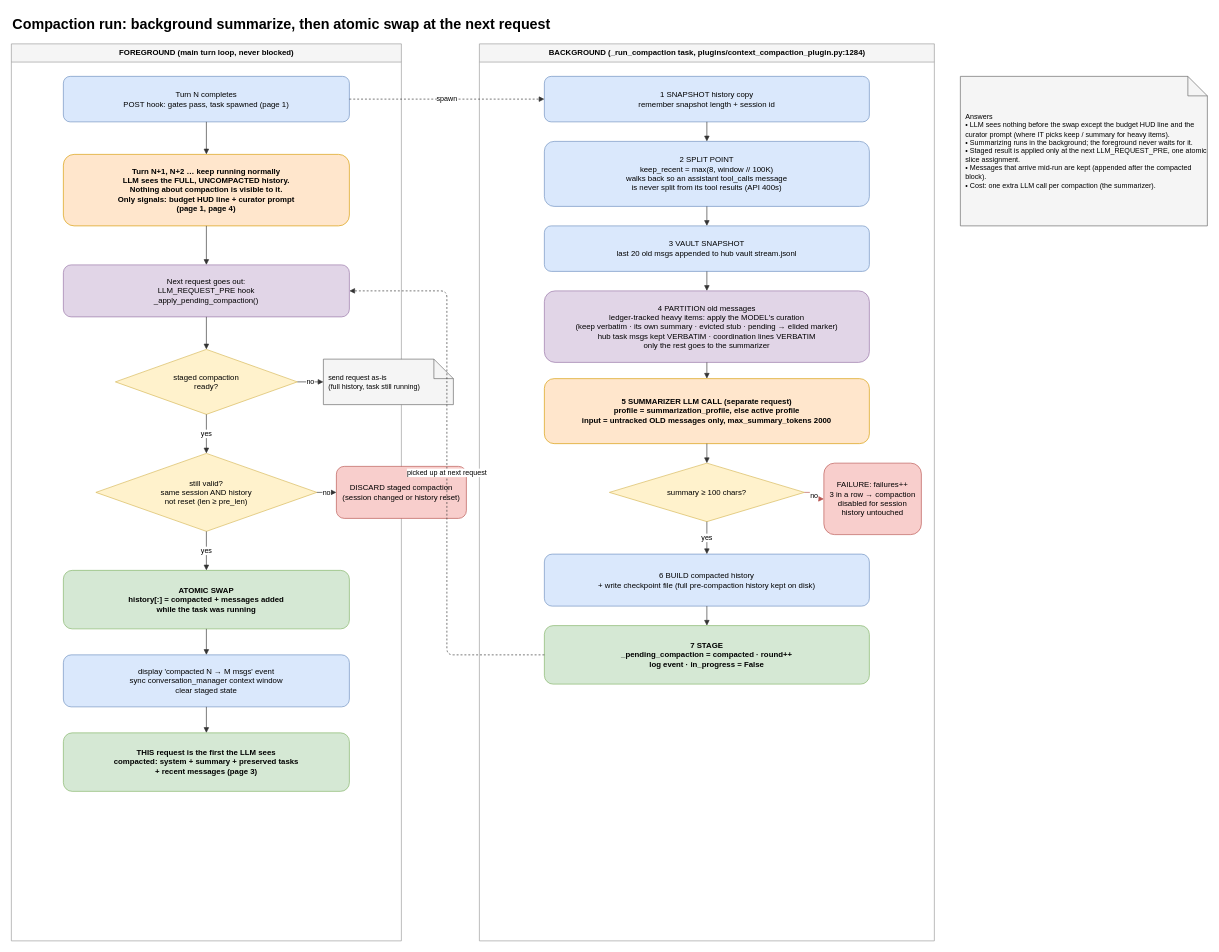
Before: page "2 Background run and swap" (2 of 4) of docs/diagrams/context-compaction.drawio in kollaborai/kollab, a draw.io diagram. Source tidied: cells renumbered, new cells numbered last; positions are measured from the earlier drawing's top-left corner, leaving out a move shared by most shapes. Both pictures are drawn from the tidied source at 65%, with x=0, y=0 at pixel (11, 11).
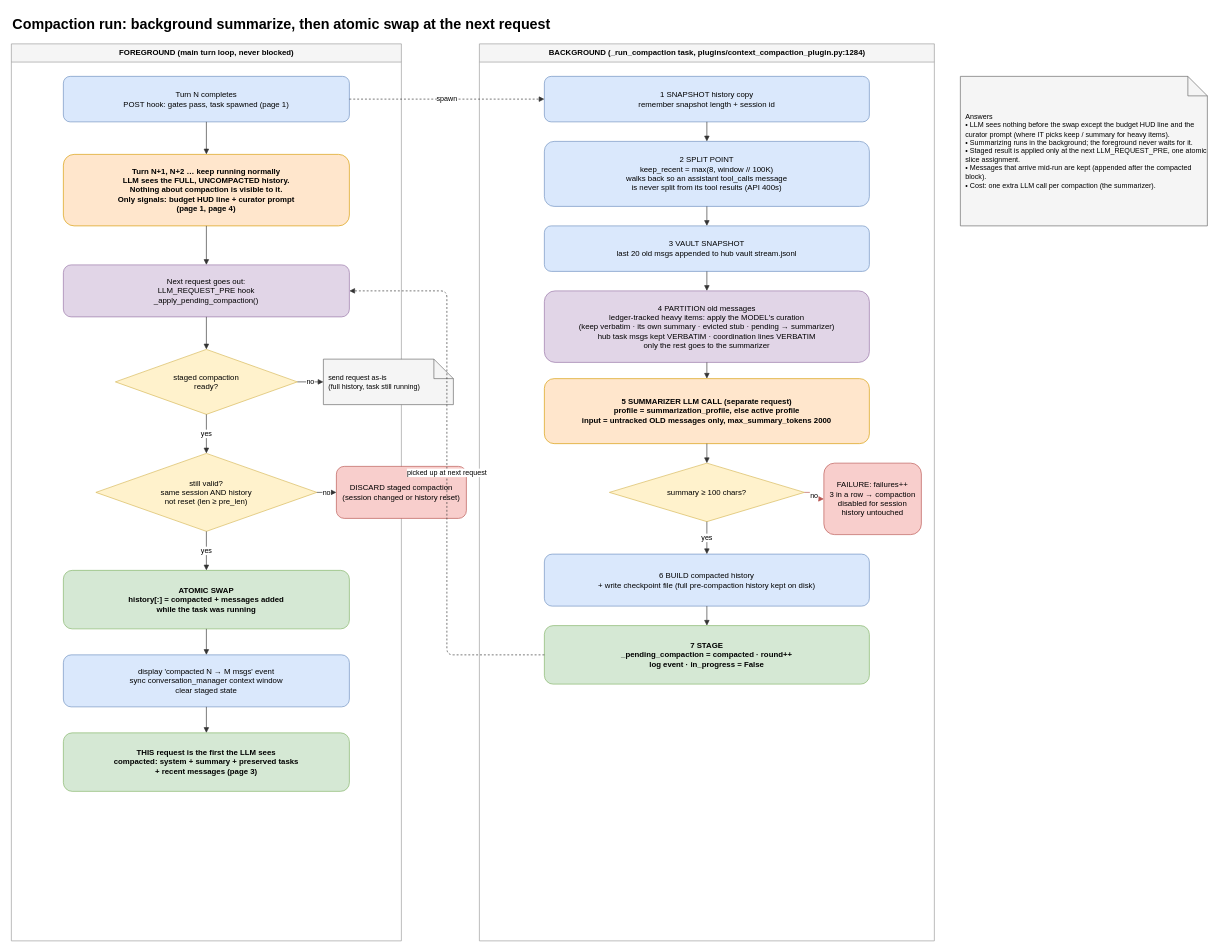
Above is the later version.

Change to the diagram source:
```diff
@@
-    <mxCell id="18" value="4 PARTITION old messages&lt;br&gt;ledger-tracked heavy items: apply the MODEL's curation&lt;br&gt;(keep verbatim · its own summary · evicted stub · pending → elided marker)&lt;br&gt;hub task msgs kept VERBATIM · coordination lines VERBATIM&lt;br&gt;only the rest goes to the summarizer" style="rounded=1;whiteSpace=wrap;html=1;fillColor=#e1d5e7;strokeColor=#9673a6;" parent="1" vertex="1">
+    <mxCell id="18" value="4 PARTITION old messages&lt;br&gt;ledger-tracked heavy items: apply the MODEL's curation&lt;br&gt;(keep verbatim · its own summary · evicted stub · pending → summarizer)&lt;br&gt;hub task msgs kept VERBATIM · coordination lines VERBATIM&lt;br&gt;only the rest goes to the summarizer" style="rounded=1;whiteSpace=wrap;html=1;fillColor=#e1d5e7;strokeColor=#9673a6;" parent="1" vertex="1">
       <mxGeometry x="820" y="430" width="500" height="110" as="geometry" />
     </mxCell>
```
